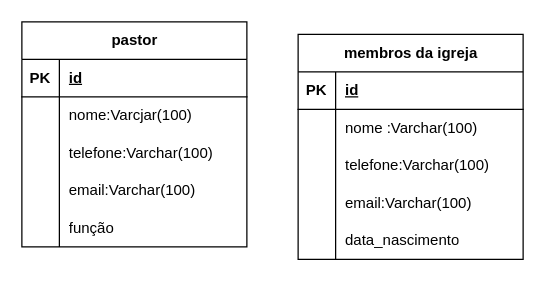
Above: Modelo_er.drawio in mateus206/Pap_Mario_Gerry (draw.io), before the change. Source tidied: cells renumbered, new cells numbered last; positions are measured from the earlier drawing's top-left corner, leaving out a move shared by most shapes. Both pictures are drawn from the tidied source at 125%, with x=0, y=0 at pixel (21, 21).
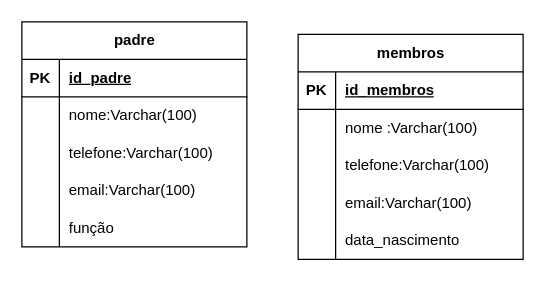
The same diagram, later.

Commit message (it also covers changes not shown here):
Criação do mod er.

The change refers to these unchanged cells:
```xml
<mxCell id="3" style="shape=tableRow;horizontal=0;startSize=0;swimlaneHead=0;swimlaneBody=0;fillColor=none;top=0;left=0;right=0;bottom=1;" parent="2" vertex="1">
  <mxGeometry y="30" width="180" height="30" as="geometry" />
</mxCell>
<mxCell id="6" style="shape=tableRow;horizontal=0;startSize=0;swimlaneHead=0;swimlaneBody=0;fillColor=none;top=0;left=0;right=0;bottom=0;" parent="2" vertex="1">
  <mxGeometry y="60" width="180" height="30" as="geometry" />
</mxCell>
<mxCell id="19" style="shape=tableRow;horizontal=0;startSize=0;swimlaneHead=0;swimlaneBody=0;fillColor=none;top=0;left=0;right=0;bottom=1;" parent="18" vertex="1">
  <mxGeometry y="30" width="180" height="30" as="geometry" />
</mxCell>
```

What changed in the source:
```diff
@@
-    <mxCell id="2" value="pastor" style="shape=table;startSize=30;childLayout=tableLayout;rowLines=0;fontStyle=1;align=center;html=1;" parent="1" vertex="1">
+    <mxCell id="2" value="padre" style="shape=table;startSize=30;childLayout=tableLayout;rowLines=0;fontStyle=1;align=center;html=1;" parent="1" vertex="1">
       <mxGeometry width="180" height="180" as="geometry" />
     </mxCell>
@@
-    <mxCell id="5" value="id" style="shape=partialRectangle;fillColor=none;top=0;left=0;bottom=0;right=0;align=left;spacingLeft=6;fontStyle=5;overflow=hidden;whiteSpace=wrap;html=1;" parent="3" vertex="1">
+    <mxCell id="5" value="id_padre" style="shape=partialRectangle;fillColor=none;top=0;left=0;bottom=0;right=0;align=left;spacingLeft=6;fontStyle=5;overflow=hidden;whiteSpace=wrap;html=1;" parent="3" vertex="1">
       <mxGeometry x="30" width="150" height="30" as="geometry" />
     </mxCell>
@@
-    <mxCell id="8" value="nome:Varcjar(100)" style="shape=partialRectangle;fillColor=none;top=0;left=0;bottom=0;right=0;align=left;spacingLeft=6;overflow=hidden;whiteSpace=wrap;html=1;" parent="6" vertex="1">
+    <mxCell id="8" value="nome:Varchar(100)" style="shape=partialRectangle;fillColor=none;top=0;left=0;bottom=0;right=0;align=left;spacingLeft=6;overflow=hidden;whiteSpace=wrap;html=1;" parent="6" vertex="1">
       <mxGeometry x="30" width="150" height="30" as="geometry" />
     </mxCell>
@@
-    <mxCell id="18" value="membros da igreja" style="shape=table;startSize=30;childLayout=tableLayout;rowLines=0;fontStyle=1;align=center;html=1;" parent="1" vertex="1">
+    <mxCell id="18" value="membros" style="shape=table;startSize=30;childLayout=tableLayout;rowLines=0;fontStyle=1;align=center;html=1;" parent="1" vertex="1">
       <mxGeometry x="221" y="10" width="180" height="180" as="geometry" />
     </mxCell>
@@
-    <mxCell id="21" value="id" style="shape=partialRectangle;fillColor=none;top=0;left=0;bottom=0;right=0;align=left;spacingLeft=6;fontStyle=5;overflow=hidden;whiteSpace=wrap;html=1;" parent="19" vertex="1">
+    <mxCell id="21" value="id_membros" style="shape=partialRectangle;fillColor=none;top=0;left=0;bottom=0;right=0;align=left;spacingLeft=6;fontStyle=5;overflow=hidden;whiteSpace=wrap;html=1;" parent="19" vertex="1">
       <mxGeometry x="30" width="150" height="30" as="geometry" />
     </mxCell>
```
